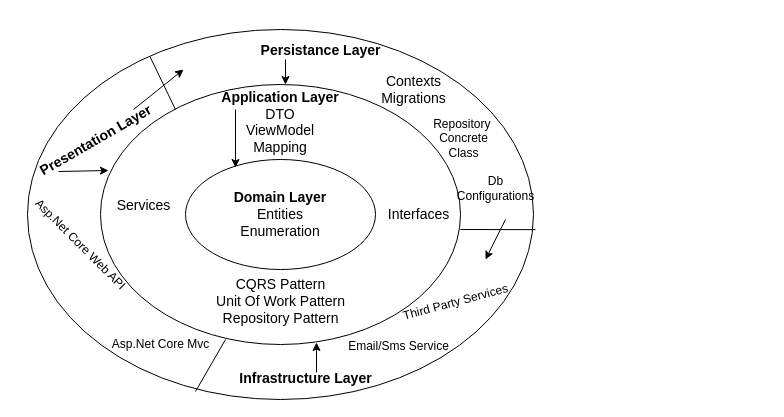
Earlier version of the draw.io diagram HireACarArch.drawio (osman28tr/HireACar-Project-With-AspNetCore8.0AndOnionArch). Source tidied: cells renumbered, new cells numbered last; positions are measured from the earlier drawing's top-left corner, leaving out a move shared by most shapes. Both pictures are drawn from the tidied source at 100%, with x=0, y=0 at pixel (5, 29).
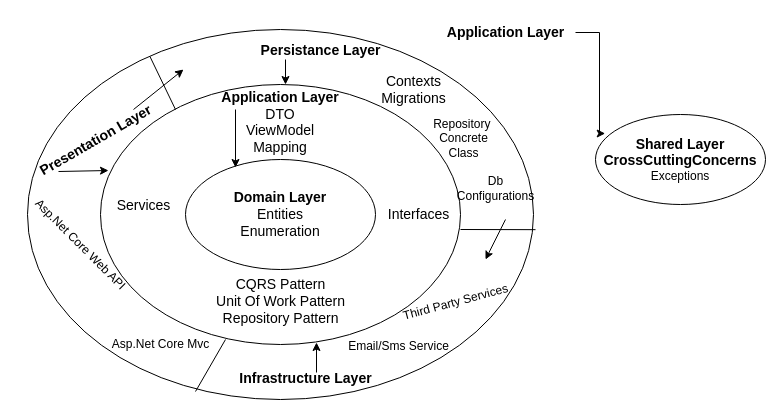
After the change.

Change to the diagram source:
```diff
@@
+    <mxCell id="27" value="&lt;font style=&quot;&quot;&gt;&lt;span style=&quot;font-weight: bold; font-size: 14px;&quot;&gt;Shared Layer&lt;br&gt;CrossCuttingConcerns&lt;/span&gt;&lt;br&gt;&lt;font style=&quot;font-size: 12px;&quot;&gt;Exceptions&lt;/font&gt;&lt;br&gt;&lt;/font&gt;" style="ellipse;whiteSpace=wrap;html=1;align=center;newEdgeStyle={&quot;edgeStyle&quot;:&quot;entityRelationEdgeStyle&quot;,&quot;startArrow&quot;:&quot;none&quot;,&quot;endArrow&quot;:&quot;none&quot;,&quot;segment&quot;:10,&quot;curved&quot;:1,&quot;sourcePerimeterSpacing&quot;:0,&quot;targetPerimeterSpacing&quot;:0};" parent="1" vertex="1">
+      <mxGeometry x="590" y="85" width="170" height="90" as="geometry" />
+    </mxCell>
+    <mxCell id="28" value="&lt;font style=&quot;font-size: 14px;&quot;&gt;&lt;b&gt;Application Layer&lt;/b&gt;&lt;/font&gt;" style="text;html=1;align=center;verticalAlign=middle;points=[];strokeColor=none;fillColor=none;" parent="1" vertex="1">
+      <mxGeometry x="430" y="-12" width="140" height="30" as="geometry" />
+    </mxCell>
+    <mxCell id="29" style="edgeStyle=orthogonalEdgeStyle;rounded=0;jettySize=auto;html=1;entryX=0.057;entryY=0.211;entryDx=0;entryDy=0;entryPerimeter=0;" parent="1" edge="1" source="28" target="27">
+      <mxGeometry relative="1" as="geometry">
+        <Array as="points">
+          <mxPoint x="594" y="3" />
+          <mxPoint x="594" y="104" />
+        </Array>
+      </mxGeometry>
+    </mxCell>
```
